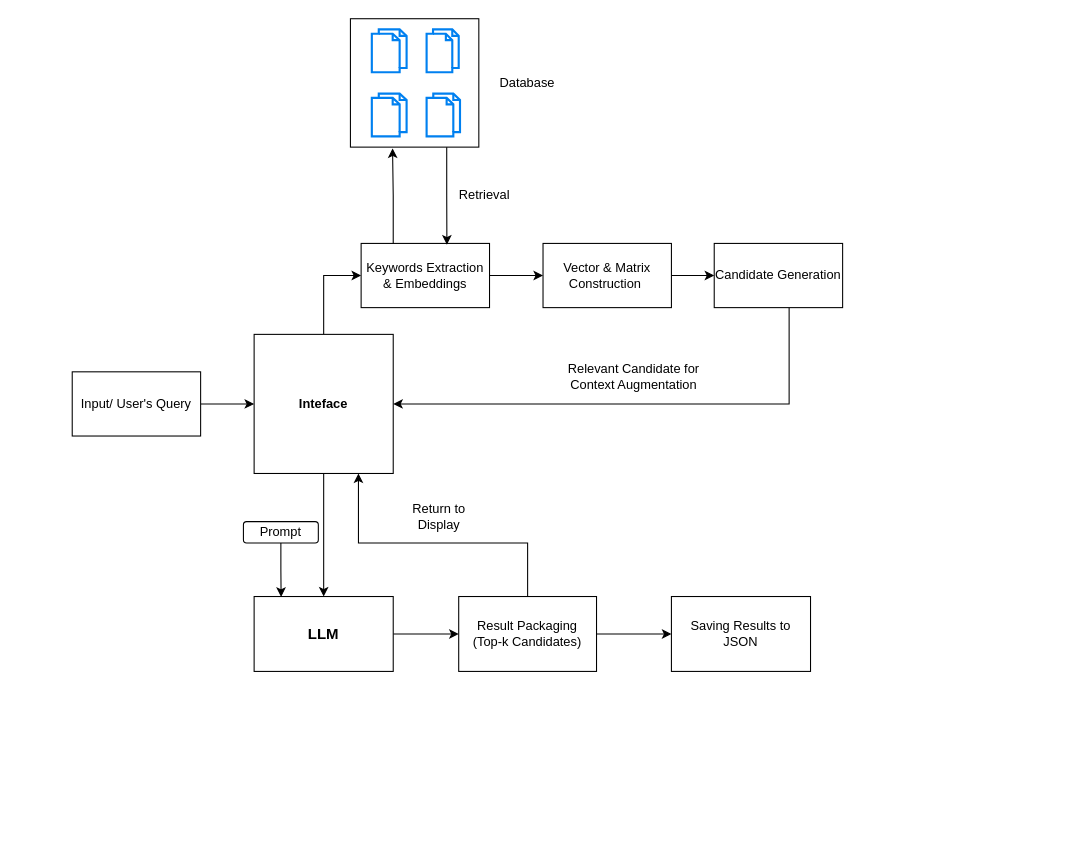
Before: Baseline.drawio in Mancupfire/Retrieval_Model, a draw.io diagram. Source tidied: cells renumbered, new cells numbered last; positions are measured from the earlier drawing's top-left corner, leaving out a move shared by most shapes. Both pictures are drawn from the tidied source at 107%, with x=0, y=0 at pixel (72, 18).
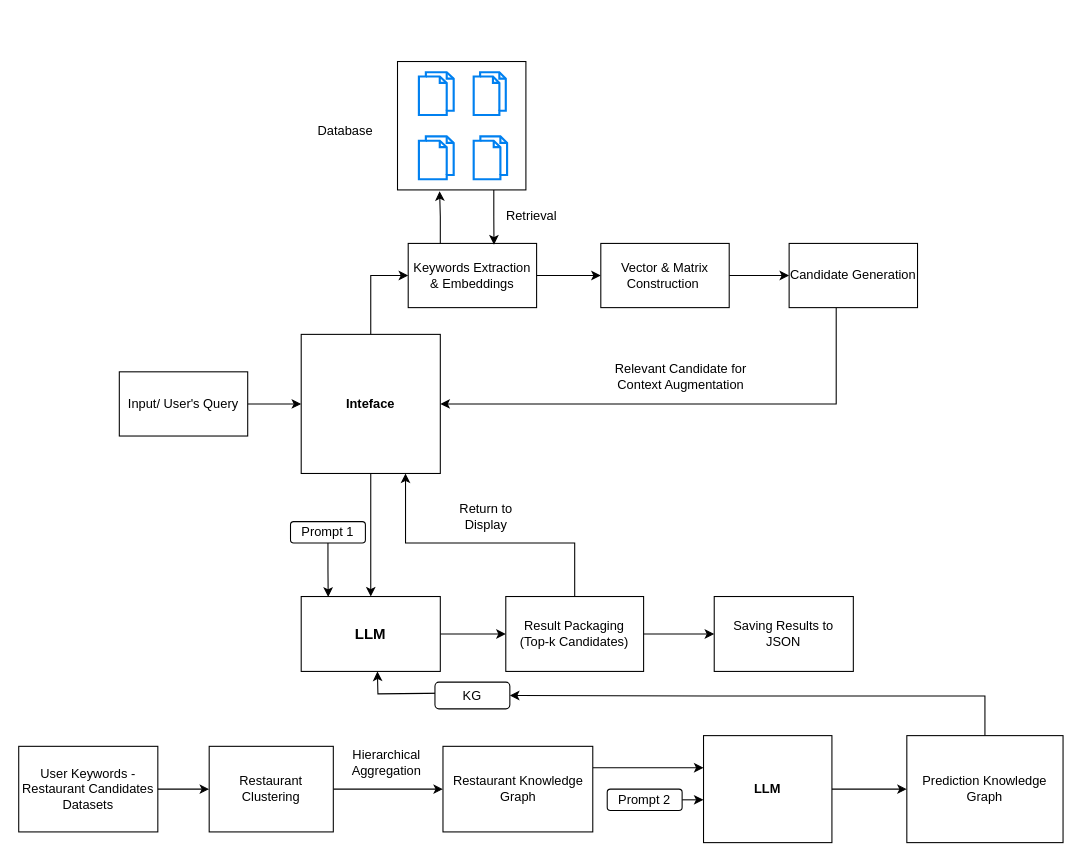
After the change.

What changed in the source:
```diff
@@
     <mxCell id="2" style="rounded=0;whiteSpace=wrap;html=1;" parent="1" vertex="1">
-      <mxGeometry x="260" width="120" height="120" as="geometry" />
+      <mxGeometry x="304" y="40" width="120" height="120" as="geometry" />
     </mxCell>
@@
     <mxCell id="4" value="Input/ User's Query" style="rounded=0;whiteSpace=wrap;html=1;" parent="1" vertex="1">
-      <mxGeometry y="330" width="120" height="60" as="geometry" />
+      <mxGeometry x="44" y="330" width="120" height="60" as="geometry" />
     </mxCell>
@@
     <mxCell id="7" value="&lt;b&gt;Inteface&lt;/b&gt;" style="rounded=0;whiteSpace=wrap;html=1;" parent="1" vertex="1">
-      <mxGeometry x="170" y="295" width="130" height="130" as="geometry" />
+      <mxGeometry x="214" y="295" width="130" height="130" as="geometry" />
     </mxCell>
@@
     <mxCell id="9" value="Keywords Extraction &amp;amp; Embeddings" style="rounded=0;whiteSpace=wrap;html=1;" parent="1" vertex="1">
-      <mxGeometry x="270" y="210" width="120" height="60" as="geometry" />
+      <mxGeometry x="314" y="210" width="120" height="60" as="geometry" />
     </mxCell>
@@
     <mxCell id="11" value="Vector &amp;amp; Matrix Construction&amp;nbsp;" style="rounded=0;whiteSpace=wrap;html=1;" parent="1" vertex="1">
-      <mxGeometry x="440" y="210" width="120" height="60" as="geometry" />
+      <mxGeometry x="494" y="210" width="120" height="60" as="geometry" />
     </mxCell>
     <mxCell id="12" style="edgeStyle=orthogonalEdgeStyle;rounded=0;jettySize=auto;html=1;entryX=1;entryY=0.5;entryDx=0;entryDy=0;" parent="1" edge="1" source="13" target="7">
       <mxGeometry relative="1" as="geometry">
         <Array as="points">
-          <mxPoint x="670" y="360" />
+          <mxPoint x="714" y="360" />
         </Array>
       </mxGeometry>
     </mxCell>
     <mxCell id="13" value="Candidate Generation" style="rounded=0;whiteSpace=wrap;html=1;" parent="1" vertex="1">
-      <mxGeometry x="600" y="210" width="120" height="60" as="geometry" />
+      <mxGeometry x="670" y="210" width="120" height="60" as="geometry" />
     </mxCell>
     <mxCell id="14" style="html=1;verticalLabelPosition=bottom;align=center;labelBackgroundColor=#ffffff;verticalAlign=top;strokeWidth=2;strokeColor=#0080F0;shadow=0;dashed=0;shape=mxgraph.ios7.icons.documents;" parent="1" vertex="1">
-      <mxGeometry x="280" y="10" width="32.5" height="40" as="geometry" />
+      <mxGeometry x="324" y="50" width="32.5" height="40" as="geometry" />
     </mxCell>
     <mxCell id="15" style="html=1;verticalLabelPosition=bottom;align=center;labelBackgroundColor=#ffffff;verticalAlign=top;strokeWidth=2;strokeColor=#0080F0;shadow=0;dashed=0;shape=mxgraph.ios7.icons.documents;" parent="1" vertex="1">
-      <mxGeometry x="331.2" y="70" width="31.2" height="40" as="geometry" />
+      <mxGeometry x="375.2" y="110" width="31.2" height="40" as="geometry" />
     </mxCell>
     <mxCell id="16" style="html=1;verticalLabelPosition=bottom;align=center;labelBackgroundColor=#ffffff;verticalAlign=top;strokeWidth=2;strokeColor=#0080F0;shadow=0;dashed=0;shape=mxgraph.ios7.icons.documents;" parent="1" vertex="1">
-      <mxGeometry x="280" y="70" width="32.5" height="40" as="geometry" />
+      <mxGeometry x="324" y="110" width="32.5" height="40" as="geometry" />
     </mxCell>
     <mxCell id="17" style="html=1;verticalLabelPosition=bottom;align=center;labelBackgroundColor=#ffffff;verticalAlign=top;strokeWidth=2;strokeColor=#0080F0;shadow=0;dashed=0;shape=mxgraph.ios7.icons.documents;" parent="1" vertex="1">
-      <mxGeometry x="331.2" y="10" width="30" height="40" as="geometry" />
+      <mxGeometry x="375.2" y="50" width="30" height="40" as="geometry" />
     </mxCell>
@@
     <mxCell id="20" value="Retrieval" style="text;html=1;align=center;verticalAlign=middle;strokeColor=none;fillColor=none;" parent="1" vertex="1">
-      <mxGeometry x="350" y="150" width="70" height="30" as="geometry" />
+      <mxGeometry x="394" y="170" width="70" height="30" as="geometry" />
     </mxCell>
     <mxCell id="21" value="Relevant Candidate for Context Augmentation" style="text;html=1;align=center;verticalAlign=middle;whiteSpace=wrap;rounded=0;" parent="1" vertex="1">
-      <mxGeometry x="450" y="320" width="150" height="30" as="geometry" />
+      <mxGeometry x="494" y="320" width="150" height="30" as="geometry" />
     </mxCell>
@@
     <mxCell id="23" value="&lt;b&gt;&lt;font style=&quot;font-size: 14px;&quot;&gt;LLM&lt;/font&gt;&lt;/b&gt;" style="rounded=0;whiteSpace=wrap;html=1;" parent="1" vertex="1">
-      <mxGeometry x="170" y="540" width="130" height="70" as="geometry" />
+      <mxGeometry x="214" y="540" width="130" height="70" as="geometry" />
     </mxCell>
-    <mxCell id="24" value="Prompt" style="rounded=1;whiteSpace=wrap;html=1;" parent="1" vertex="1">
-      <mxGeometry x="160" y="470" width="70" height="20" as="geometry" />
+    <mxCell id="24" value="Prompt 1" style="rounded=1;whiteSpace=wrap;html=1;" parent="1" vertex="1">
+      <mxGeometry x="204" y="470" width="70" height="20" as="geometry" />
     </mxCell>
@@
     <mxCell id="27" style="edgeStyle=orthogonalEdgeStyle;rounded=0;jettySize=auto;html=1;entryX=0.75;entryY=1;entryDx=0;entryDy=0;" parent="1" edge="1" source="28" target="7">
       <mxGeometry relative="1" as="geometry">
         <Array as="points">
-          <mxPoint x="426" y="490" />
-          <mxPoint x="268" y="490" />
+          <mxPoint x="470" y="490" />
+          <mxPoint x="312" y="490" />
         </Array>
       </mxGeometry>
     </mxCell>
     <mxCell id="28" value="Result Packaging&lt;div&gt;(Top-k Candidates)&lt;/div&gt;" style="rounded=0;whiteSpace=wrap;html=1;" parent="1" vertex="1">
-      <mxGeometry x="361.2" y="540" width="128.8" height="70" as="geometry" />
+      <mxGeometry x="405.2" y="540" width="128.8" height="70" as="geometry" />
     </mxCell>
     <mxCell id="29" value="Saving Results to JSON" style="rounded=0;whiteSpace=wrap;html=1;" parent="1" vertex="1">
-      <mxGeometry x="560" y="540" width="130" height="70" as="geometry" />
+      <mxGeometry x="600" y="540" width="130" height="70" as="geometry" />
     </mxCell>
     <mxCell id="30" value="Return to Display" style="text;html=1;align=center;verticalAlign=middle;whiteSpace=wrap;rounded=0;" parent="1" vertex="1">
-      <mxGeometry x="312.5" y="450" width="60" height="30" as="geometry" />
+      <mxGeometry x="356.5" y="450" width="60" height="30" as="geometry" />
     </mxCell>
     <mxCell id="31" value="Database" style="text;html=1;align=center;verticalAlign=middle;strokeColor=none;fillColor=none;" parent="1" vertex="1">
-      <mxGeometry x="390" y="45" width="70" height="30" as="geometry" />
+      <mxGeometry x="220" y="90" width="70" height="30" as="geometry" />
     </mxCell>
+    <mxCell id="32" style="edgeStyle=orthogonalEdgeStyle;rounded=0;jettySize=auto;html=1;entryX=0;entryY=0.5;entryDx=0;entryDy=0;" parent="1" edge="1" source="33" target="35">
+      <mxGeometry relative="1" as="geometry" />
+    </mxCell>
+    <mxCell id="33" value="User Keywords - Restaurant Candidates Datasets" style="rounded=0;whiteSpace=wrap;html=1;" parent="1" vertex="1">
+      <mxGeometry x="-50" y="680" width="130" height="80" as="geometry" />
+    </mxCell>
+    <mxCell id="34" style="edgeStyle=orthogonalEdgeStyle;rounded=0;jettySize=auto;html=1;entryX=0;entryY=0.5;entryDx=0;entryDy=0;" parent="1" edge="1" source="35" target="37">
+      <mxGeometry relative="1" as="geometry" />
+    </mxCell>
+    <mxCell id="35" value="Restaurant Clustering" style="rounded=0;whiteSpace=wrap;html=1;" parent="1" vertex="1">
+      <mxGeometry x="128" y="680" width="116" height="80" as="geometry" />
+    </mxCell>
+    <mxCell id="36" style="edgeStyle=orthogonalEdgeStyle;rounded=0;jettySize=auto;html=1;exitX=1;exitY=0.25;exitDx=0;exitDy=0;" parent="1" edge="1" source="37">
+      <mxGeometry relative="1" as="geometry">
+        <mxPoint x="590" y="700" as="targetPoint" />
+      </mxGeometry>
+    </mxCell>
+    <mxCell id="37" value="Restaurant Knowledge Graph" style="rounded=0;whiteSpace=wrap;html=1;" parent="1" vertex="1">
+      <mxGeometry x="346.5" y="680" width="140" height="80" as="geometry" />
+    </mxCell>
+    <mxCell id="38" value="Hierarchical  Aggregation" style="text;html=1;align=center;verticalAlign=middle;whiteSpace=wrap;rounded=0;" parent="1" vertex="1">
+      <mxGeometry x="264" y="680" width="60" height="30" as="geometry" />
+    </mxCell>
+    <mxCell id="39" style="edgeStyle=orthogonalEdgeStyle;rounded=0;jettySize=auto;html=1;" parent="1" edge="1" source="40">
+      <mxGeometry relative="1" as="geometry">
+        <mxPoint x="590" y="730" as="targetPoint" />
+      </mxGeometry>
+    </mxCell>
+    <mxCell id="40" value="Prompt 2" style="rounded=1;whiteSpace=wrap;html=1;" parent="1" vertex="1">
+      <mxGeometry x="500" y="720" width="70" height="20" as="geometry" />
+    </mxCell>
+    <mxCell id="41" style="edgeStyle=orthogonalEdgeStyle;rounded=0;jettySize=auto;html=1;" parent="1" edge="1" source="42">
+      <mxGeometry relative="1" as="geometry">
+        <mxPoint x="780" y="720" as="targetPoint" />
+      </mxGeometry>
+    </mxCell>
+    <mxCell id="42" value="&lt;b&gt;LLM&lt;/b&gt;" style="rounded=0;whiteSpace=wrap;html=1;" parent="1" vertex="1">
+      <mxGeometry x="590" y="670" width="120" height="100" as="geometry" />
+    </mxCell>
+    <mxCell id="43" style="edgeStyle=orthogonalEdgeStyle;rounded=0;jettySize=auto;html=1;entryX=1;entryY=0.5;entryDx=0;entryDy=0;" parent="1" edge="1" source="44" target="46">
+      <mxGeometry relative="1" as="geometry">
+        <Array as="points">
+          <mxPoint x="853" y="633" />
+          <mxPoint x="595" y="633" />
+        </Array>
+      </mxGeometry>
+    </mxCell>
+    <mxCell id="44" value="Prediction Knowledge Graph" style="rounded=0;whiteSpace=wrap;html=1;" parent="1" vertex="1">
+      <mxGeometry x="780" y="670" width="146" height="100" as="geometry" />
+    </mxCell>
+    <mxCell id="45" style="edgeStyle=orthogonalEdgeStyle;rounded=0;orthogonalLoop=1;jettySize=auto;html=1;entryX=0.5;entryY=1;entryDx=0;entryDy=0;" parent="1" edge="1">
+      <mxGeometry relative="1" as="geometry">
+        <mxPoint x="375.2" y="630" as="sourcePoint" />
+        <mxPoint x="285.2" y="610" as="targetPoint" />
+      </mxGeometry>
+    </mxCell>
+    <mxCell id="46" value="KG" style="rounded=1;whiteSpace=wrap;html=1;" parent="1" vertex="1">
+      <mxGeometry x="339" y="620" width="70" height="25" as="geometry" />
+    </mxCell>
```
